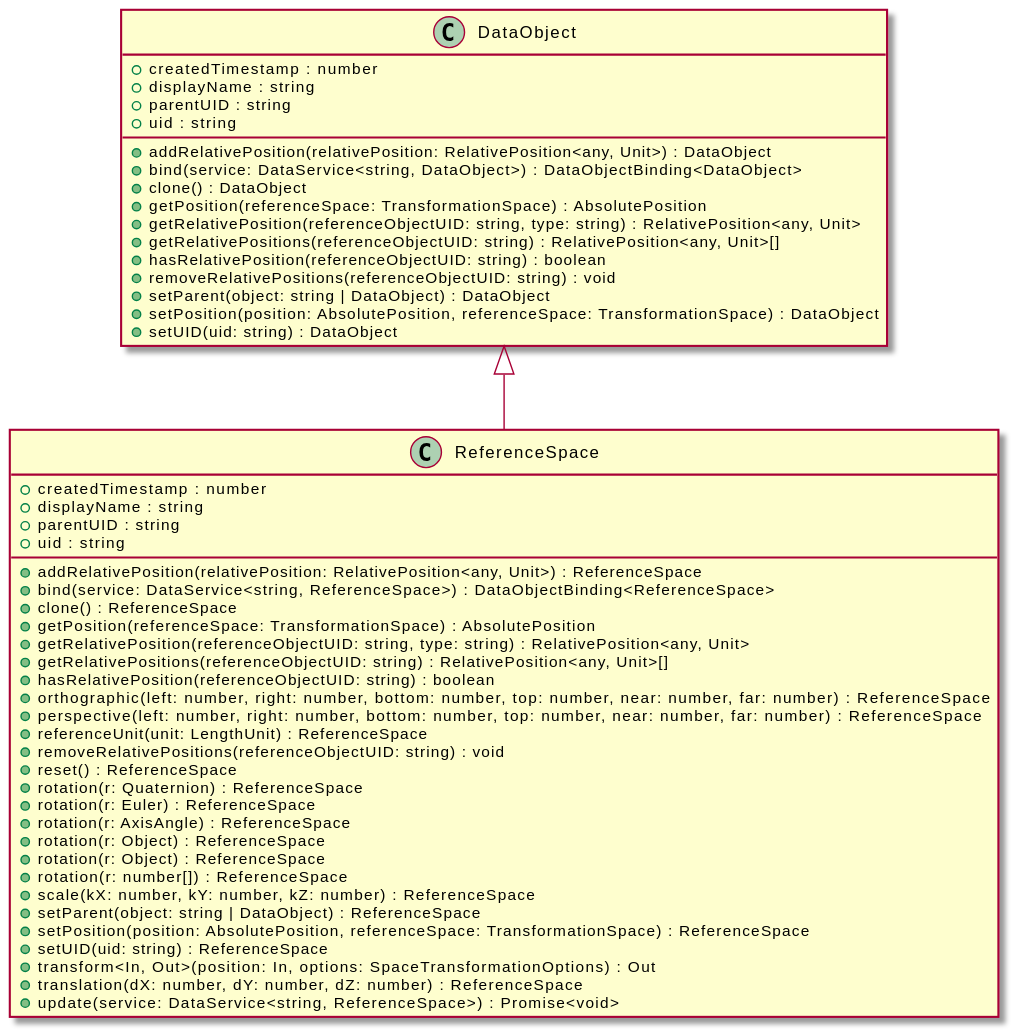
Before: assets/DataObject-umlClassDiagram-3212.svg, a diagram exported from PlantUML (OpenHPS/openhps-core).
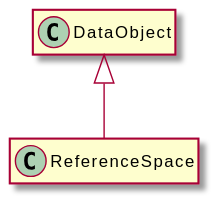
After the commit.

Diff of the diagram source:
```diff
@@ -3,52 +3,8 @@
 hide empty methods
 hide empty fields
 class "DataObject" {
-    +createdTimestamp : number
-    +displayName : string
-    +parentUID : string
-    +uid : string
-    +addRelativePosition(relativePosition: RelativePosition<any, Unit>) : DataObject
-    +bind(service: DataService<string, DataObject>) : DataObjectBinding<DataObject>
-    +clone() : DataObject
-    +getPosition(referenceSpace: TransformationSpace) : AbsolutePosition
-    +getRelativePosition(referenceObjectUID: string, type: string) : RelativePosition<any, Unit>
-    +getRelativePositions(referenceObjectUID: string) : RelativePosition<any, Unit>[]
-    +hasRelativePosition(referenceObjectUID: string) : boolean
-    +removeRelativePositions(referenceObjectUID: string) : void
-    +setParent(object: string | DataObject) : DataObject
-    +setPosition(position: AbsolutePosition, referenceSpace: TransformationSpace) : DataObject
-    +setUID(uid: string) : DataObject
 }
 class "ReferenceSpace" {
-    +createdTimestamp : number
-    +displayName : string
-    +parentUID : string
-    +uid : string
-    +addRelativePosition(relativePosition: RelativePosition<any, Unit>) : ReferenceSpace
-    +bind(service: DataService<string, ReferenceSpace>) : DataObjectBinding<ReferenceSpace>
-    +clone() : ReferenceSpace
-    +getPosition(referenceSpace: TransformationSpace) : AbsolutePosition
-    +getRelativePosition(referenceObjectUID: string, type: string) : RelativePosition<any, Unit>
-    +getRelativePositions(referenceObjectUID: string) : RelativePosition<any, Unit>[]
-    +hasRelativePosition(referenceObjectUID: string) : boolean
-    +orthographic(left: number, right: number, bottom: number, top: number, near: number, far: number) : ReferenceSpace
-    +perspective(left: number, right: number, bottom: number, top: number, near: number, far: number) : ReferenceSpace
-    +referenceUnit(unit: LengthUnit) : ReferenceSpace
-    +removeRelativePositions(referenceObjectUID: string) : void
-    +reset() : ReferenceSpace
-    +rotation(r: Quaternion) : ReferenceSpace
-    +rotation(r: Euler) : ReferenceSpace
-    +rotation(r: AxisAngle) : ReferenceSpace
-    +rotation(r: Object) : ReferenceSpace
-    +rotation(r: Object) : ReferenceSpace
-    +rotation(r: number[]) : ReferenceSpace
-    +scale(kX: number, kY: number, kZ: number) : ReferenceSpace
-    +setParent(object: string | DataObject) : ReferenceSpace
-    +setPosition(position: AbsolutePosition, referenceSpace: TransformationSpace) : ReferenceSpace
-    +setUID(uid: string) : ReferenceSpace
-    +transform<In, Out>(position: In, options: SpaceTransformationOptions) : Out
-    +translation(dX: number, dY: number, dZ: number) : ReferenceSpace
-    +update(service: DataService<string, ReferenceSpace>) : Promise<void>
 }
 "DataObject" <|-- "ReferenceSpace"
 @enduml
```
